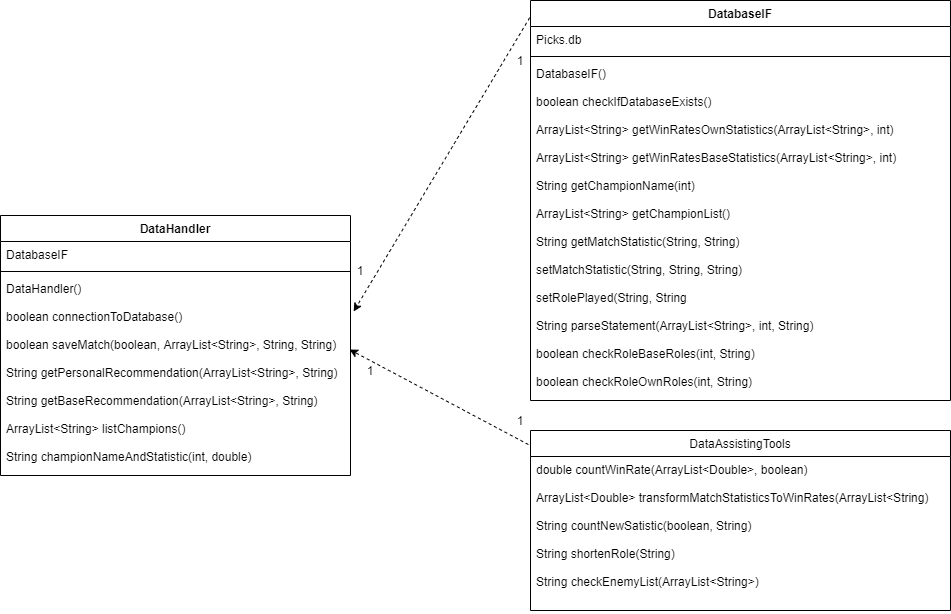
EgoTastic/LeagueCounterPicker keeps this draw.io diagram as Dokumentaatio/Kuvat/kuva2.png. Above is the earlier version. Source tidied: cells renumbered, new cells last; positions are measured from the earlier drawing's top-left corner, leaving out a move shared by most shapes.
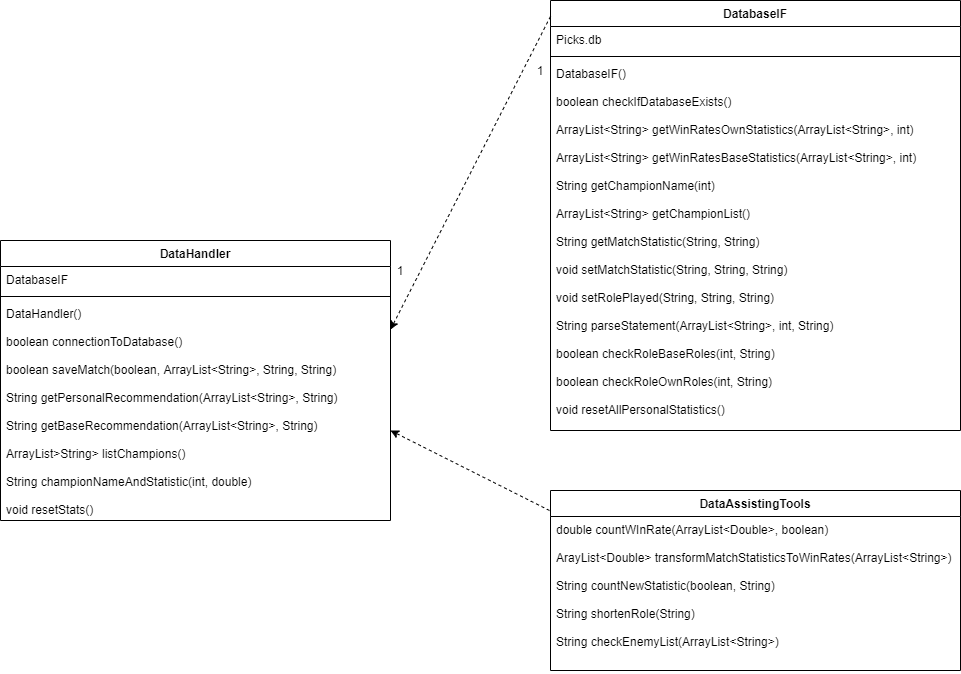
After the change.

The edit, as a diff of the source:
```diff
@@ -2,53 +2,50 @@
   <root>
     <mxCell id="0" />
     <mxCell id="1" parent="0" />
-    <mxCell id="2" value="DataHandler" style="swimlane;fontStyle=1;align=center;verticalAlign=top;horizontal=1;startSize=26;fontSize=12;" parent="1" vertex="1">
-      <mxGeometry y="215" width="350" height="260" as="geometry" />
+    <mxCell id="2" value="DataHandler" style="swimlane;fontStyle=1;align=center;verticalAlign=top;horizontal=1;startSize=26;" parent="1" vertex="1">
+      <mxGeometry x="-210" y="90" width="390" height="280" as="geometry" />
     </mxCell>
     <mxCell id="3" value="DatabaseIF" style="text;strokeColor=none;fillColor=none;align=left;verticalAlign=top;spacingLeft=4;spacingRight=4;overflow=hidden;" parent="2" vertex="1">
-      <mxGeometry y="26" width="350" height="26" as="geometry" />
+      <mxGeometry y="26" width="390" height="26" as="geometry" />
     </mxCell>
     <mxCell id="4" style="line;strokeWidth=1;fillColor=none;align=left;verticalAlign=middle;spacingTop=-1;spacingLeft=3;spacingRight=3;labelPosition=right;" parent="2" vertex="1">
-      <mxGeometry y="52" width="350" height="8" as="geometry" />
+      <mxGeometry y="52" width="390" height="8" as="geometry" />
     </mxCell>
-    <mxCell id="5" value="DataHandler()&#10;&#10;boolean connectionToDatabase()&#10;&#10;boolean saveMatch(boolean, ArrayList&lt;String&gt;, String, String)&#10;&#10;String getPersonalRecommendation(ArrayList&lt;String&gt;, String)&#10;&#10;String getBaseRecommendation(ArrayList&lt;String&gt;, String)&#10;&#10;ArrayList&lt;String&gt; listChampions()&#10;&#10;String championNameAndStatistic(int, double)" style="text;strokeColor=none;fillColor=none;align=left;verticalAlign=top;spacingLeft=4;spacingRight=4;overflow=hidden;points=[[0,0.5],[1,0.5]];portConstraint=eastwest;" parent="2" vertex="1">
-      <mxGeometry y="60" width="350" height="200" as="geometry" />
+    <mxCell id="5" value="DataHandler()&#10;&#10;boolean connectionToDatabase()&#10;&#10;boolean saveMatch(boolean, ArrayList&lt;String&gt;, String, String)&#10;&#10;String getPersonalRecommendation(ArrayList&lt;String&gt;, String)&#10;&#10;String getBaseRecommendation(ArrayList&lt;String&gt;, String)&#10;&#10;ArrayList&gt;String&gt; listChampions()&#10;&#10;String championNameAndStatistic(int, double)&#10;&#10;void resetStats()" style="text;strokeColor=none;fillColor=none;align=left;verticalAlign=top;spacingLeft=4;spacingRight=4;overflow=hidden;points=[[0,0.5],[1,0.5]];portConstraint=eastwest;" parent="2" vertex="1">
+      <mxGeometry y="60" width="390" height="220" as="geometry" />
     </mxCell>
-    <mxCell id="6" value="DatabaseIF" style="swimlane;fontStyle=1;align=center;verticalAlign=top;horizontal=1;startSize=26;fontSize=12;" parent="1" vertex="1">
-      <mxGeometry x="530" width="420" height="400" as="geometry" />
+    <mxCell id="6" value="DatabaseIF" style="swimlane;fontStyle=1;align=center;verticalAlign=top;horizontal=1;startSize=26;" parent="1" vertex="1">
+      <mxGeometry x="340" y="-150" width="410" height="430" as="geometry" />
     </mxCell>
     <mxCell id="7" value="Picks.db" style="text;strokeColor=none;fillColor=none;align=left;verticalAlign=top;spacingLeft=4;spacingRight=4;overflow=hidden;" parent="6" vertex="1">
-      <mxGeometry y="26" width="420" height="26" as="geometry" />
+      <mxGeometry y="26" width="410" height="26" as="geometry" />
     </mxCell>
     <mxCell id="8" style="line;strokeWidth=1;fillColor=none;align=left;verticalAlign=middle;spacingTop=-1;spacingLeft=3;spacingRight=3;labelPosition=right;" parent="6" vertex="1">
-      <mxGeometry y="52" width="420" height="8" as="geometry" />
+      <mxGeometry y="52" width="410" height="8" as="geometry" />
     </mxCell>
-    <mxCell id="9" value="DatabaseIF()&#10;&#10;boolean checkIfDatabaseExists()&#10;&#10;ArrayList&lt;String&gt; getWinRatesOwnStatistics(ArrayList&lt;String&gt;, int)&#10;&#10;ArrayList&lt;String&gt; getWinRatesBaseStatistics(ArrayList&lt;String&gt;, int)&#10;&#10;String getChampionName(int)&#10;&#10;ArrayList&lt;String&gt; getChampionList()&#10;&#10;String getMatchStatistic(String, String)&#10;&#10;setMatchStatistic(String, String, String)&#10;&#10;setRolePlayed(String, String&#10;&#10;String parseStatement(ArrayList&lt;String&gt;, int, String)&#10;&#10;boolean checkRoleBaseRoles(int, String)&#10;&#10;boolean checkRoleOwnRoles(int, String)" style="text;strokeColor=none;fillColor=none;align=left;verticalAlign=top;spacingLeft=4;spacingRight=4;overflow=hidden;" parent="6" vertex="1">
-      <mxGeometry y="60" width="420" height="340" as="geometry" />
+    <mxCell id="9" value="DatabaseIF()&#10;&#10;boolean checkIfDatabaseExists()&#10;&#10;ArrayList&lt;String&gt; getWinRatesOwnStatistics(ArrayList&lt;String&gt;, int)&#10;&#10;ArrayList&lt;String&gt; getWinRatesBaseStatistics(ArrayList&lt;String&gt;, int)&#10;&#10;String getChampionName(int)&#10;&#10;ArrayList&lt;String&gt; getChampionList()&#10;&#10;String getMatchStatistic(String, String)&#10;&#10;void setMatchStatistic(String, String, String)&#10;&#10;void setRolePlayed(String, String, String)&#10;&#10;String parseStatement(ArrayList&lt;String&gt;, int, String)&#10;&#10;boolean checkRoleBaseRoles(int, String)&#10;&#10;boolean checkRoleOwnRoles(int, String)&#10;&#10;void resetAllPersonalStatistics()" style="text;strokeColor=none;fillColor=none;align=left;verticalAlign=top;spacingLeft=4;spacingRight=4;overflow=hidden;" parent="6" vertex="1">
+      <mxGeometry y="60" width="410" height="370" as="geometry" />
     </mxCell>
-    <mxCell id="10" value="DataAssistingTools" style="swimlane;fontStyle=0;horizontal=1;startSize=26;fillColor=none;fontSize=12;" parent="1" vertex="1">
-      <mxGeometry x="530" y="430" width="420" height="180" as="geometry" />
+    <mxCell id="10" value="DataAssistingTools" style="swimlane;fontStyle=1;horizontal=1;startSize=26;fillColor=none;" parent="1" vertex="1">
+      <mxGeometry x="340" y="340" width="410" height="180" as="geometry" />
     </mxCell>
-    <mxCell id="11" value="double countWinRate(ArrayList&lt;Double&gt;, boolean)&#10;&#10;ArrayList&lt;Double&gt; transformMatchStatisticsToWinRates(ArrayList&lt;String)&#10;&#10;String countNewSatistic(boolean, String)&#10;&#10;String shortenRole(String)&#10;&#10;String checkEnemyList(ArrayList&lt;String&gt;)" style="text;strokeColor=none;fillColor=none;align=left;verticalAlign=top;spacingLeft=4;spacingRight=4;overflow=hidden;" parent="10" vertex="1">
-      <mxGeometry y="26" width="420" height="154" as="geometry" />
+    <mxCell id="11" value="double countWInRate(ArrayList&lt;Double&gt;, boolean)&#10;&#10;ArayList&lt;Double&gt; transformMatchStatisticsToWinRates(ArrayList&lt;String&gt;)&#10;&#10;String countNewStatistic(boolean, String)&#10;&#10;String shortenRole(String)&#10;&#10;String checkEnemyList(ArrayList&lt;String&gt;)" style="text;strokeColor=none;fillColor=none;align=left;verticalAlign=top;spacingLeft=4;spacingRight=4;overflow=hidden;" parent="10" vertex="1">
+      <mxGeometry y="26" width="410" height="154" as="geometry" />
     </mxCell>
-    <mxCell id="12" style="endArrow=classic;html=1;fontSize=12;dashed=1;entryX=1.009;entryY=0.18;entryDx=0;entryDy=0;entryPerimeter=0;exitX=-0.002;exitY=0.043;exitDx=0;exitDy=0;exitPerimeter=0;" parent="1" edge="1" source="6" target="5">
+    <mxCell id="12" style="endArrow=classic;html=1;exitX=0;exitY=0.037;exitDx=0;exitDy=0;exitPerimeter=0;entryX=1;entryY=0.132;entryDx=0;entryDy=0;entryPerimeter=0;dashed=1;" parent="1" edge="1" source="6" target="5">
       <mxGeometry relative="1" as="geometry" />
     </mxCell>
-    <mxCell id="13" style="endArrow=classic;html=1;fontSize=12;dashed=1;entryX=0.997;entryY=0.37;entryDx=0;entryDy=0;entryPerimeter=0;exitX=-0.005;exitY=0.078;exitDx=0;exitDy=0;exitPerimeter=0;" parent="1" edge="1" source="10" target="5">
-      <mxGeometry relative="1" as="geometry" />
+    <mxCell id="13" style="endArrow=classic;html=1;entryX=1;entryY=0.132;entryDx=0;entryDy=0;entryPerimeter=0;dashed=1;" parent="1" edge="1">
+      <mxGeometry relative="1" as="geometry">
+        <mxPoint x="339" y="360" as="sourcePoint" />
+        <mxPoint x="180" y="280" as="targetPoint" />
+      </mxGeometry>
     </mxCell>
-    <mxCell id="14" value="1" style="text;html=1;strokeColor=none;fillColor=none;align=center;verticalAlign=middle;whiteSpace=wrap;rounded=0;fontSize=12;" parent="1" vertex="1">
-      <mxGeometry x="500" y="50" width="40" height="20" as="geometry" />
+    <mxCell id="14" value="1" style="text;html=1;strokeColor=none;fillColor=none;align=center;verticalAlign=middle;whiteSpace=wrap;rounded=0;" parent="1" vertex="1">
+      <mxGeometry x="310" y="-90" width="40" height="20" as="geometry" />
     </mxCell>
-    <mxCell id="15" value="1" style="text;html=1;strokeColor=none;fillColor=none;align=center;verticalAlign=middle;whiteSpace=wrap;rounded=0;fontSize=12;" parent="1" vertex="1">
-      <mxGeometry x="340" y="260" width="40" height="20" as="geometry" />
+    <mxCell id="15" value="1" style="text;html=1;strokeColor=none;fillColor=none;align=center;verticalAlign=middle;whiteSpace=wrap;rounded=0;" parent="1" vertex="1">
+      <mxGeometry x="170" y="110" width="40" height="20" as="geometry" />
     </mxCell>
-    <mxCell id="16" value="1" style="text;html=1;strokeColor=none;fillColor=none;align=center;verticalAlign=middle;whiteSpace=wrap;rounded=0;fontSize=12;" parent="1" vertex="1">
-      <mxGeometry x="350" y="360" width="40" height="20" as="geometry" />
-    </mxCell>
-    <mxCell id="17" value="1" style="text;html=1;strokeColor=none;fillColor=none;align=center;verticalAlign=middle;whiteSpace=wrap;rounded=0;fontSize=12;" parent="1" vertex="1">
-      <mxGeometry x="500" y="410" width="40" height="20" as="geometry" />
-    </mxCell>
   </root>
 </mxGraphModel>
```
